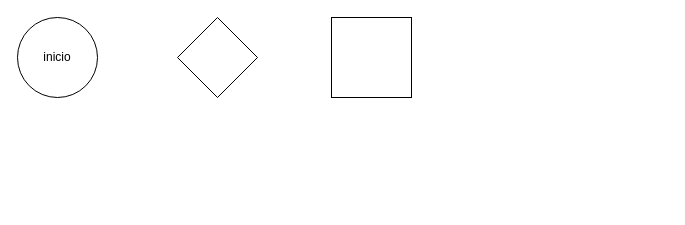
carllos39/UC6-Logica keeps this draw.io diagram as 03/condicoes.drawio. Above is the earlier version. Source tidied: cells renumbered, new cells numbered last; positions are measured from the earlier drawing's top-left corner, leaving out a move shared by most shapes. Both pictures are drawn from the tidied source at 100%, with x=0, y=0 at pixel (17, 17).
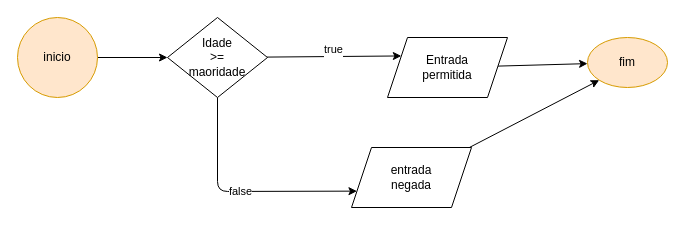
The same diagram, later.

Change to the diagram source:
```diff
@@
 <mxGraphModel>
   <root>
     <mxCell id="0" />
     <mxCell id="1" parent="0" />
+    <mxCell id="5" style="edgeStyle=none;html=1;entryX=0;entryY=0.5;entryDx=0;entryDy=0;" parent="1" edge="1" source="2" target="3">
+      <mxGeometry relative="1" as="geometry" />
+    </mxCell>
-    <mxCell id="2" value="inicio" style="ellipse;whiteSpace=wrap;html=1;" parent="1" vertex="1">
+    <mxCell id="2" value="inicio" style="ellipse;whiteSpace=wrap;html=1;fillColor=#ffe6cc;strokeColor=#d79b00;" parent="1" vertex="1">
       <mxGeometry width="80" height="80" as="geometry" />
     </mxCell>
+    <mxCell id="6" value="true&lt;div&gt;&lt;br&gt;&lt;/div&gt;" style="edgeStyle=none;html=1;entryX=0;entryY=0.25;entryDx=0;entryDy=0;" parent="1" edge="1" source="3" target="9">
+      <mxGeometry relative="1" as="geometry" />
+    </mxCell>
+    <mxCell id="7" value="false" style="edgeStyle=none;html=1;entryX=0;entryY=0.75;entryDx=0;entryDy=0;exitX=0.5;exitY=1;exitDx=0;exitDy=0;" parent="1" edge="1" source="3" target="12">
+      <mxGeometry relative="1" as="geometry">
+        <Array as="points">
+          <mxPoint x="200" y="174" />
+        </Array>
+      </mxGeometry>
+    </mxCell>
-    <mxCell id="3" style="rhombus;whiteSpace=wrap;html=1;" parent="1" vertex="1">
-      <mxGeometry x="160" width="80" height="80" as="geometry" />
+    <mxCell id="3" value="Idade&lt;div&gt;&amp;gt;=&lt;/div&gt;&lt;div&gt;maoridade&lt;/div&gt;" style="rhombus;whiteSpace=wrap;html=1;" parent="1" vertex="1">
+      <mxGeometry x="150" width="100" height="80" as="geometry" />
     </mxCell>
-    <mxCell id="4" style="whiteSpace=wrap;html=1;" parent="1" vertex="1">
-      <mxGeometry x="314" width="80" height="80" as="geometry" />
-    </mxCell>
+    <mxCell id="8" style="edgeStyle=none;html=1;" parent="1" edge="1" source="9" target="10">
+      <mxGeometry relative="1" as="geometry" />
+    </mxCell>
+    <mxCell id="9" value="Entrada&lt;div&gt;permitida&lt;/div&gt;" style="shape=parallelogram;perimeter=parallelogramPerimeter;whiteSpace=wrap;html=1;fixedSize=1;" parent="1" vertex="1">
+      <mxGeometry x="370" y="20" width="120" height="60" as="geometry" />
+    </mxCell>
+    <mxCell id="10" value="fim" style="ellipse;whiteSpace=wrap;html=1;fillColor=#ffe6cc;strokeColor=#d79b00;" parent="1" vertex="1">
+      <mxGeometry x="570" y="20" width="80" height="50" as="geometry" />
+    </mxCell>
+    <mxCell id="11" style="edgeStyle=none;html=1;entryX=0;entryY=1;entryDx=0;entryDy=0;" parent="1" edge="1" source="12" target="10">
+      <mxGeometry relative="1" as="geometry" />
+    </mxCell>
+    <mxCell id="12" value="entrada&lt;div&gt;negada&lt;/div&gt;" style="shape=parallelogram;perimeter=parallelogramPerimeter;whiteSpace=wrap;html=1;fixedSize=1;" parent="1" vertex="1">
+      <mxGeometry x="334" y="130" width="120" height="60" as="geometry" />
+    </mxCell>
   </root>
 </mxGraphModel>
```
